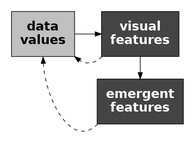
Earlier version of the Graphviz export Diagrams/data-vis-vis-decode.png (pmur002/hdvw). Its source is kept beside it as Diagrams/data-vis-vis-decode.dot.
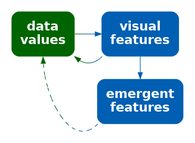
The same diagram one commit later.

What changed in the source:
```diff
@@ -1,14 +1,14 @@
 digraph {
   graph [ rankdir=LR; margin=.2; nodesep=.5 ];
   node [ fontsize=20; fontname="sans bold"; margin=.2 ];
-  data [ label="data\nvalues"; shape=box; style=filled; fillcolor=gray ]
+  data [ label="data\nvalues"; shape=box; style="filled, rounded"; penwidth=0; fontcolor=white; fillcolor="#006400" ]
   vis [ label="visual\nfeatures"; shape=box;
-        style=filled; fillcolor="#444444"; fontcolor=white ]
+     style="filled, rounded"; penwidth=0; fontcolor=white; fillcolor="#005FB2" ]
   add [ label="emergent\nfeatures"; shape=box;
-        style=filled; fillcolor="#444444"; fontcolor=white ]
-  data -> vis
-  vis -> add
-  vis:sw -> data:se [ style="dashed" ]
-  add:sw -> data:s [ style="dashed" ]
+     style="filled, rounded"; penwidth=0; fontcolor=white; fillcolor="#005FB2" ]
+  data -> vis [ color="#006400;0.1:#006314;0.1:#006328;0.1:#00623B;0.1:#00624F;0.1:#006163;0.1:#006177;0.1:#00608A;0.1:#00609E;0.1:#005FB2;0.1" ]
+  vis -> add [ color="#005FB2" ]
+  vis:sw -> data:se [ style="dashed", color="#005FB2;0.1:#00609E;0.1:#00608A;0.1:#006177;0.1:#006163;0.1:#00624F;0.1:#00623B;0.1:#006328;0.1:#006314;0.1:#006400;0.1" ]
+  add:sw -> data:s [ style="dashed", color="#005FB2;0.1:#00609E;0.1:#00608A;0.1:#006177;0.1:#006163;0.1:#00624F;0.1:#00623B;0.1:#006328;0.1:#006314;0.1:#006400;0.1" ]
 { rank=same; vis, add }
 }
```
